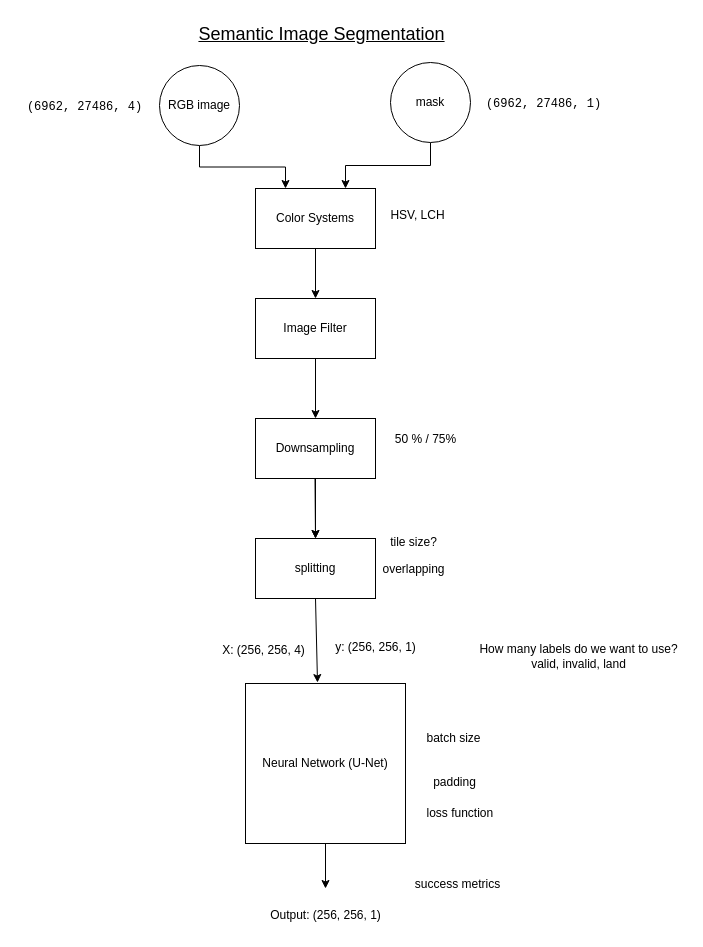
Before: architecture.drawio in emely3h/Geospatial_ML, a draw.io diagram. Source tidied: cells renumbered, new cells numbered last; positions are measured from the earlier drawing's top-left corner, leaving out a move shared by most shapes. Both pictures are drawn from the tidied source at 100%, with x=0, y=0 at pixel (17, 17).
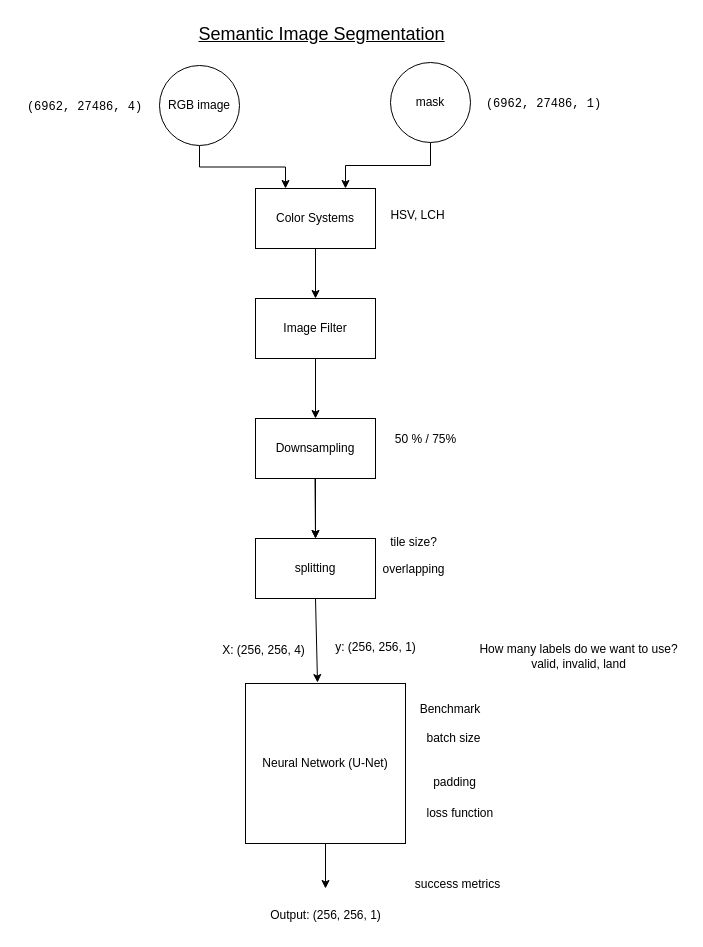
After the change.

The edit, as a diff of the source:
```diff
@@
+    <mxCell id="32" value="Benchmark" style="text;html=1;strokeColor=none;fillColor=none;align=center;verticalAlign=middle;whiteSpace=wrap;rounded=0;" parent="1" vertex="1">
+      <mxGeometry x="413" y="682" width="40" height="20" as="geometry" />
+    </mxCell>
```
